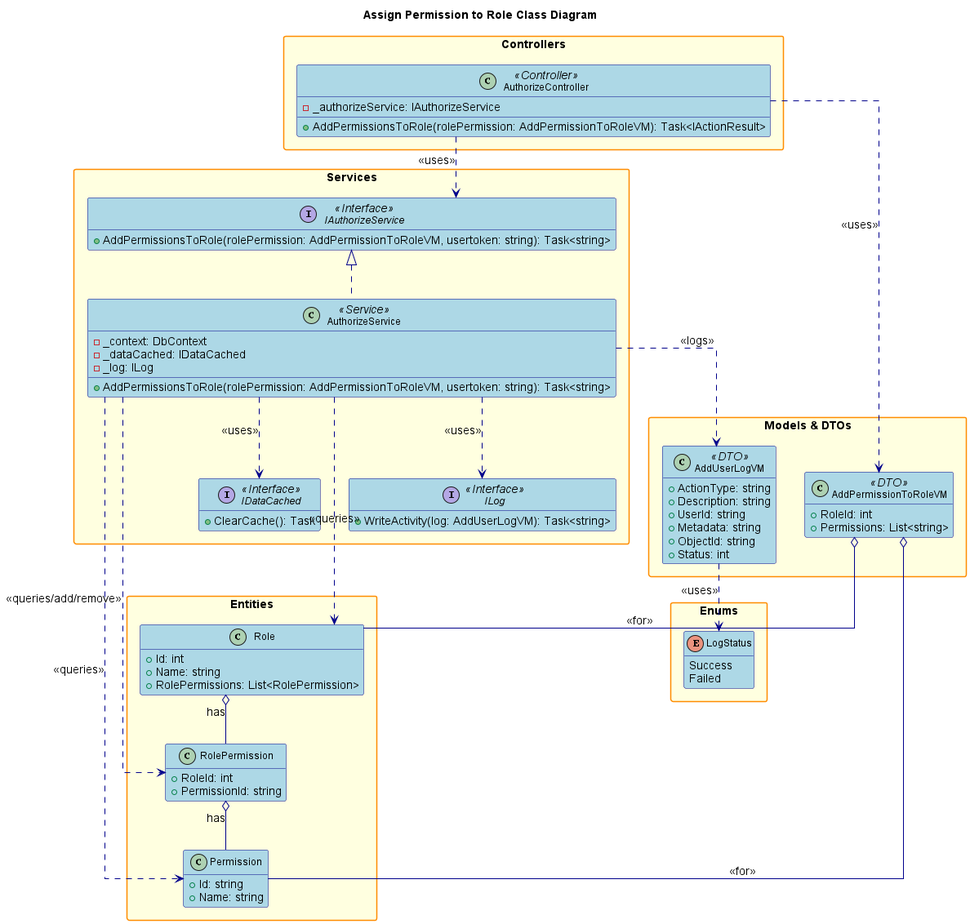
Before: design/out/assignpermissiontorole/assignpermissiontorole.png, a diagram exported from PlantUML (conghoan1211/AI-Kiosk-Testing-system). The source it was exported from:
```plantuml
@startuml

title Assign Permission to Role Class Diagram

hide empty members
skinparam packageStyle rectangle
skinparam linetype ortho
skinparam defaultFontSize 14
skinparam defaultFontName Arial
skinparam classFontSize 12
skinparam classFontName Arial
skinparam noteFontSize 11
skinparam noteFontName Arial

skinparam class {
    BackgroundColor LightBlue
    BorderColor DarkBlue
    ArrowColor DarkBlue
    FontSize 12
}

skinparam package {
    BackgroundColor LightYellow
    BorderColor DarkOrange
    FontSize 14
    FontStyle bold
}

skinparam interface {
    BackgroundColor LightGreen
    BorderColor DarkGreen
    FontSize 12
}

skinparam enum {
    BackgroundColor LightCyan
    BorderColor DarkCyan
    FontSize 12
}

package "Controllers" {
    class AuthorizeController <<Controller>> {
        - _authorizeService: IAuthorizeService
        + AddPermissionsToRole(rolePermission: AddPermissionToRoleVM): Task<IActionResult>
    }
}

package "Services" {
    interface IAuthorizeService <<Interface>> {
        + AddPermissionsToRole(rolePermission: AddPermissionToRoleVM, usertoken: string): Task<string>
    }
    class AuthorizeService <<Service>> {
        - _context: DbContext
        - _dataCached: IDataCached
        - _log: ILog
        + AddPermissionsToRole(rolePermission: AddPermissionToRoleVM, usertoken: string): Task<string>
    }
    interface IDataCached <<Interface>> {
        + ClearCache(): Task
    }
    interface ILog <<Interface>> {
        + WriteActivity(log: AddUserLogVM): Task<string>
    }
}

package "Models & DTOs" {
    class AddPermissionToRoleVM <<DTO>> {
        + RoleId: int
        + Permissions: List<string>
    }
    class AddUserLogVM <<DTO>> {
        + ActionType: string
        + Description: string
        + UserId: string
        + Metadata: string
        + ObjectId: string
        + Status: int
    }
}

package "Entities" {
    class Role {
        + Id: int
        + Name: string
        + RolePermissions: List<RolePermission>
    }
    class RolePermission {
        + RoleId: int
        + PermissionId: string
    }
    class Permission {
        + Id: string
        + Name: string
    }
}

package "Enums" {
    enum LogStatus {
        Success
        Failed
    }
}

AuthorizeController ..> IAuthorizeService : <<uses>>
AuthorizeController ..> AddPermissionToRoleVM : <<uses>>
IAuthorizeService <|.. AuthorizeService
AuthorizeService ..> Role : <<queries>>
AuthorizeService ..> RolePermission : <<queries/add/remove>>
AuthorizeService ..> Permission : <<queries>>
AuthorizeService ..> IDataCached : <<uses>>
AuthorizeService ..> ILog : <<uses>>
AuthorizeService ..> AddUserLogVM : <<logs>>
AddPermissionToRoleVM o-- Role : <<for>>
AddPermissionToRoleVM o-- Permission : <<for>>
Role o-- RolePermission : has
RolePermission o-- Permission : has
AddUserLogVM ..> LogStatus : <<uses>>

@enduml
```
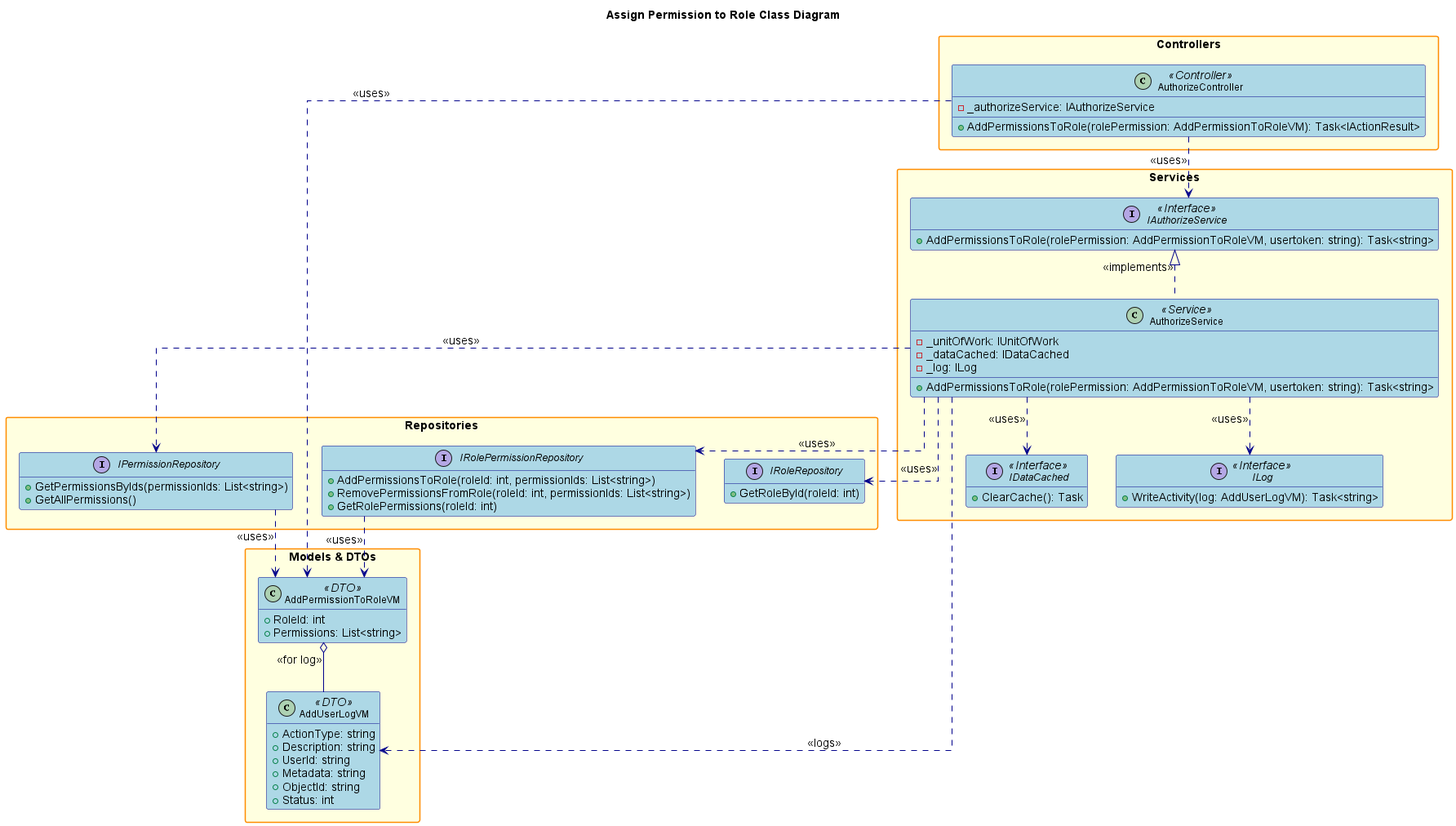
After the commit.

What changed in the source:
```diff
@@ -1,6 +1,4 @@
 @startuml
-
-title Assign Permission to Role Class Diagram
 
 hide empty members
 skinparam packageStyle rectangle
@@ -25,18 +23,13 @@
     FontSize 14
     FontStyle bold
 }
-
 skinparam interface {
     BackgroundColor LightGreen
     BorderColor DarkGreen
     FontSize 12
 }
 
-skinparam enum {
-    BackgroundColor LightCyan
-    BorderColor DarkCyan
-    FontSize 12
-}
+title Assign Permission to Role Class Diagram
 
 package "Controllers" {
     class AuthorizeController <<Controller>> {
@@ -50,7 +43,7 @@
         + AddPermissionsToRole(rolePermission: AddPermissionToRoleVM, usertoken: string): Task<string>
     }
     class AuthorizeService <<Service>> {
-        - _context: DbContext
+        - _unitOfWork: IUnitOfWork
         - _dataCached: IDataCached
         - _log: ILog
         + AddPermissionsToRole(rolePermission: AddPermissionToRoleVM, usertoken: string): Task<string>
@@ -60,6 +53,21 @@
     }
     interface ILog <<Interface>> {
         + WriteActivity(log: AddUserLogVM): Task<string>
+    }
+}
+
+package "Repositories" {
+    interface IRoleRepository {
+        + GetRoleById(roleId: int)
+    }
+    interface IRolePermissionRepository {
+        + AddPermissionsToRole(roleId: int, permissionIds: List<string>)
+        + RemovePermissionsFromRole(roleId: int, permissionIds: List<string>)
+        + GetRolePermissions(roleId: int)
+    }
+    interface IPermissionRepository {
+        + GetPermissionsByIds(permissionIds: List<string>)
+        + GetAllPermissions()
     }
 }
 
@@ -78,42 +86,17 @@
     }
 }
 
-package "Entities" {
-    class Role {
-        + Id: int
-        + Name: string
-        + RolePermissions: List<RolePermission>
-    }
-    class RolePermission {
-        + RoleId: int
-        + PermissionId: string
-    }
-    class Permission {
-        + Id: string
-        + Name: string
-    }
-}
-
-package "Enums" {
-    enum LogStatus {
-        Success
-        Failed
-    }
-}
-
 AuthorizeController ..> IAuthorizeService : <<uses>>
 AuthorizeController ..> AddPermissionToRoleVM : <<uses>>
-IAuthorizeService <|.. AuthorizeService
-AuthorizeService ..> Role : <<queries>>
-AuthorizeService ..> RolePermission : <<queries/add/remove>>
-AuthorizeService ..> Permission : <<queries>>
+IAuthorizeService <|.. AuthorizeService : <<implements>>
+AuthorizeService ..> IRoleRepository : <<uses>>
+AuthorizeService ..> IRolePermissionRepository : <<uses>>
+AuthorizeService ..> IPermissionRepository : <<uses>>
 AuthorizeService ..> IDataCached : <<uses>>
 AuthorizeService ..> ILog : <<uses>>
 AuthorizeService ..> AddUserLogVM : <<logs>>
-AddPermissionToRoleVM o-- Role : <<for>>
-AddPermissionToRoleVM o-- Permission : <<for>>
-Role o-- RolePermission : has
-RolePermission o-- Permission : has
-AddUserLogVM ..> LogStatus : <<uses>>
+AddPermissionToRoleVM o-- AddUserLogVM : <<for log>>
+IRolePermissionRepository ..> AddPermissionToRoleVM : <<uses>>
+IPermissionRepository ..> AddPermissionToRoleVM : <<uses>>
 
 @enduml
```
